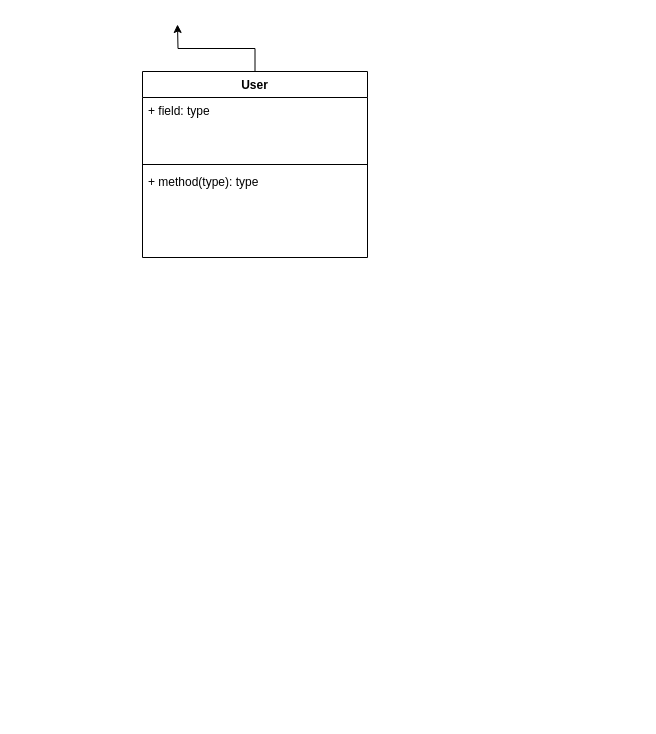
Above: lab 6/Source files/classdiagram.drawio in Youssufathalla/Programming-2 (draw.io), before the change. Source tidied: cells renumbered, new cells numbered last; positions are measured from the earlier drawing's top-left corner, leaving out a move shared by most shapes. Both pictures are drawn from the tidied source at 100%, with x=0, y=0 at pixel (142, 24).
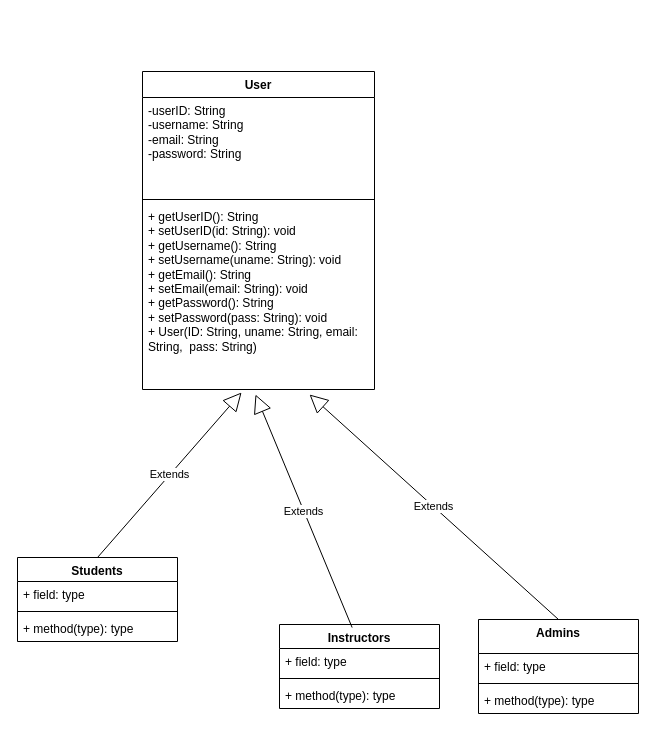
After the change.

What changed in the source:
```diff
@@
-<mxGraphModel background="light-dark(#FFFFFF,#FFFFFF)">
+<mxGraphModel background="light-dark(#FFFFFF,#000000)">
@@
-    <mxCell id="2" style="edgeStyle=orthogonalEdgeStyle;rounded=0;jettySize=auto;html=1;exitX=0.5;exitY=0;exitDx=0;exitDy=0;" parent="1" edge="1" source="3">
-      <mxGeometry relative="1" as="geometry">
-        <mxPoint x="35" as="targetPoint" />
-      </mxGeometry>
-    </mxCell>
     <mxCell id="3" value="User" style="swimlane;fontStyle=1;align=center;verticalAlign=top;horizontal=1;startSize=26;whiteSpace=wrap;html=1;" parent="1" vertex="1">
-      <mxGeometry y="47" width="225" height="186" as="geometry" />
+      <mxGeometry y="47" width="232" height="318" as="geometry" />
     </mxCell>
-    <mxCell id="4" value="+ field: type" style="text;strokeColor=none;fillColor=none;align=left;verticalAlign=top;spacingLeft=4;spacingRight=4;overflow=hidden;whiteSpace=wrap;html=1;" parent="3" vertex="1">
-      <mxGeometry y="26" width="225" height="63" as="geometry" />
+    <mxCell id="4" value="&lt;div&gt;-userID: String&lt;/div&gt;&lt;div&gt;-username: String&lt;/div&gt;&lt;div&gt;-email: String&lt;/div&gt;&lt;div&gt;-password: String&lt;/div&gt;" style="text;strokeColor=none;fillColor=none;align=left;verticalAlign=top;spacingLeft=4;spacingRight=4;overflow=hidden;whiteSpace=wrap;html=1;" parent="3" vertex="1">
+      <mxGeometry y="26" width="232" height="98" as="geometry" />
     </mxCell>
     <mxCell id="5" style="line;strokeWidth=1;fillColor=none;align=left;verticalAlign=middle;spacingTop=-1;spacingLeft=3;spacingRight=3;labelPosition=right;strokeColor=inherit;" parent="3" vertex="1">
-      <mxGeometry y="89" width="225" height="8" as="geometry" />
+      <mxGeometry y="124" width="232" height="8" as="geometry" />
     </mxCell>
-    <mxCell id="6" value="+ method(type): type" style="text;strokeColor=none;fillColor=none;align=left;verticalAlign=top;spacingLeft=4;spacingRight=4;overflow=hidden;points=[[0,0.5],[1,0.5]];portConstraint=eastwest;whiteSpace=wrap;html=1;" parent="3" vertex="1">
-      <mxGeometry y="97" width="225" height="89" as="geometry" />
+    <mxCell id="6" value="+ getUserID(): String&lt;div&gt;+ setUserID(id: String): void&lt;/div&gt;&lt;div&gt;+ getUsername(): String&lt;/div&gt;&lt;div&gt;+ setUsername(uname: String): void&lt;/div&gt;&lt;div&gt;+ getEmail(): String&lt;/div&gt;&lt;div&gt;+ setEmail(email: String): void&lt;/div&gt;&lt;div&gt;+ getPassword(): String&lt;/div&gt;&lt;div&gt;+ setPassword(pass: String): void&lt;/div&gt;&lt;div&gt;+ User(&lt;span style=&quot;background-color: transparent; color: light-dark(rgb(0, 0, 0), rgb(255, 255, 255));&quot;&gt;ID: String,&amp;nbsp;&lt;/span&gt;&lt;span style=&quot;background-color: transparent; color: light-dark(rgb(0, 0, 0), rgb(255, 255, 255));&quot;&gt;uname: String,&amp;nbsp;&lt;/span&gt;&lt;span style=&quot;background-color: transparent; color: light-dark(rgb(0, 0, 0), rgb(255, 255, 255));&quot;&gt;email: String,&amp;nbsp;&amp;nbsp;&lt;/span&gt;&lt;span style=&quot;background-color: transparent; color: light-dark(rgb(0, 0, 0), rgb(255, 255, 255));&quot;&gt;pass: String)&lt;/span&gt;&lt;/div&gt;&lt;div&gt;&lt;br&gt;&lt;/div&gt;" style="text;strokeColor=none;fillColor=none;align=left;verticalAlign=top;spacingLeft=4;spacingRight=4;overflow=hidden;points=[[0,0.5],[1,0.5]];portConstraint=eastwest;whiteSpace=wrap;html=1;" parent="3" vertex="1">
+      <mxGeometry y="132" width="232" height="186" as="geometry" />
     </mxCell>
+    <mxCell id="7" value="Students" style="swimlane;fontStyle=1;align=center;verticalAlign=top;horizontal=1;startSize=24;whiteSpace=wrap;html=1;" parent="1" vertex="1">
+      <mxGeometry x="-125" y="533" width="160" height="84" as="geometry" />
+    </mxCell>
+    <mxCell id="8" value="+ field: type" style="text;strokeColor=none;fillColor=none;align=left;verticalAlign=top;spacingLeft=4;spacingRight=4;overflow=hidden;whiteSpace=wrap;html=1;" parent="7" vertex="1">
+      <mxGeometry y="24" width="160" height="26" as="geometry" />
+    </mxCell>
+    <mxCell id="9" style="line;strokeWidth=1;fillColor=none;align=left;verticalAlign=middle;spacingTop=-1;spacingLeft=3;spacingRight=3;labelPosition=right;strokeColor=inherit;" parent="7" vertex="1">
+      <mxGeometry y="50" width="160" height="8" as="geometry" />
+    </mxCell>
+    <mxCell id="10" value="+ method(type): type" style="text;strokeColor=none;fillColor=none;align=left;verticalAlign=top;spacingLeft=4;spacingRight=4;overflow=hidden;whiteSpace=wrap;html=1;" parent="7" vertex="1">
+      <mxGeometry y="58" width="160" height="26" as="geometry" />
+    </mxCell>
+    <mxCell id="11" value="Extends" style="endArrow=block;endSize=16;endFill=0;html=1;rounded=0;exitX=0.5;exitY=0;exitDx=0;exitDy=0;entryX=0.427;entryY=1.016;entryDx=0;entryDy=0;entryPerimeter=0;" parent="1" edge="1" source="7" target="6">
+      <mxGeometry relative="1" as="geometry" />
+    </mxCell>
+    <mxCell id="12" value="Instructors" style="swimlane;fontStyle=1;align=center;verticalAlign=top;horizontal=1;startSize=24;whiteSpace=wrap;html=1;" parent="1" vertex="1">
+      <mxGeometry x="137" y="600" width="160" height="84" as="geometry" />
+    </mxCell>
+    <mxCell id="13" value="+ field: type" style="text;strokeColor=none;fillColor=none;align=left;verticalAlign=top;spacingLeft=4;spacingRight=4;overflow=hidden;whiteSpace=wrap;html=1;" parent="12" vertex="1">
+      <mxGeometry y="24" width="160" height="26" as="geometry" />
+    </mxCell>
+    <mxCell id="14" style="line;strokeWidth=1;fillColor=none;align=left;verticalAlign=middle;spacingTop=-1;spacingLeft=3;spacingRight=3;labelPosition=right;strokeColor=inherit;" parent="12" vertex="1">
+      <mxGeometry y="50" width="160" height="8" as="geometry" />
+    </mxCell>
+    <mxCell id="15" value="+ method(type): type" style="text;strokeColor=none;fillColor=none;align=left;verticalAlign=top;spacingLeft=4;spacingRight=4;overflow=hidden;whiteSpace=wrap;html=1;" parent="12" vertex="1">
+      <mxGeometry y="58" width="160" height="26" as="geometry" />
+    </mxCell>
+    <mxCell id="16" value="Extends" style="endArrow=block;endSize=16;endFill=0;html=1;rounded=0;exitX=0.454;exitY=0.036;exitDx=0;exitDy=0;entryX=0.487;entryY=1.027;entryDx=0;entryDy=0;entryPerimeter=0;exitPerimeter=0;" parent="1" edge="1" source="12" target="6">
+      <mxGeometry relative="1" as="geometry" />
+    </mxCell>
+    <mxCell id="17" value="Admins" style="swimlane;fontStyle=1;align=center;verticalAlign=top;horizontal=1;startSize=34;whiteSpace=wrap;html=1;" parent="1" vertex="1">
+      <mxGeometry x="336" y="595" width="160" height="94" as="geometry" />
+    </mxCell>
+    <mxCell id="18" value="+ field: type" style="text;strokeColor=none;fillColor=none;align=left;verticalAlign=top;spacingLeft=4;spacingRight=4;overflow=hidden;whiteSpace=wrap;html=1;" parent="17" vertex="1">
+      <mxGeometry y="34" width="160" height="26" as="geometry" />
+    </mxCell>
+    <mxCell id="19" style="line;strokeWidth=1;fillColor=none;align=left;verticalAlign=middle;spacingTop=-1;spacingLeft=3;spacingRight=3;labelPosition=right;strokeColor=inherit;" parent="17" vertex="1">
+      <mxGeometry y="60" width="160" height="8" as="geometry" />
+    </mxCell>
+    <mxCell id="20" value="+ method(type): type" style="text;strokeColor=none;fillColor=none;align=left;verticalAlign=top;spacingLeft=4;spacingRight=4;overflow=hidden;whiteSpace=wrap;html=1;" parent="17" vertex="1">
+      <mxGeometry y="68" width="160" height="26" as="geometry" />
+    </mxCell>
+    <mxCell id="21" value="Extends" style="endArrow=block;endSize=16;endFill=0;html=1;rounded=0;exitX=0.5;exitY=0;exitDx=0;exitDy=0;entryX=0.72;entryY=1.027;entryDx=0;entryDy=0;entryPerimeter=0;" parent="1" edge="1" source="17" target="6">
+      <mxGeometry relative="1" as="geometry" />
+    </mxCell>
```
